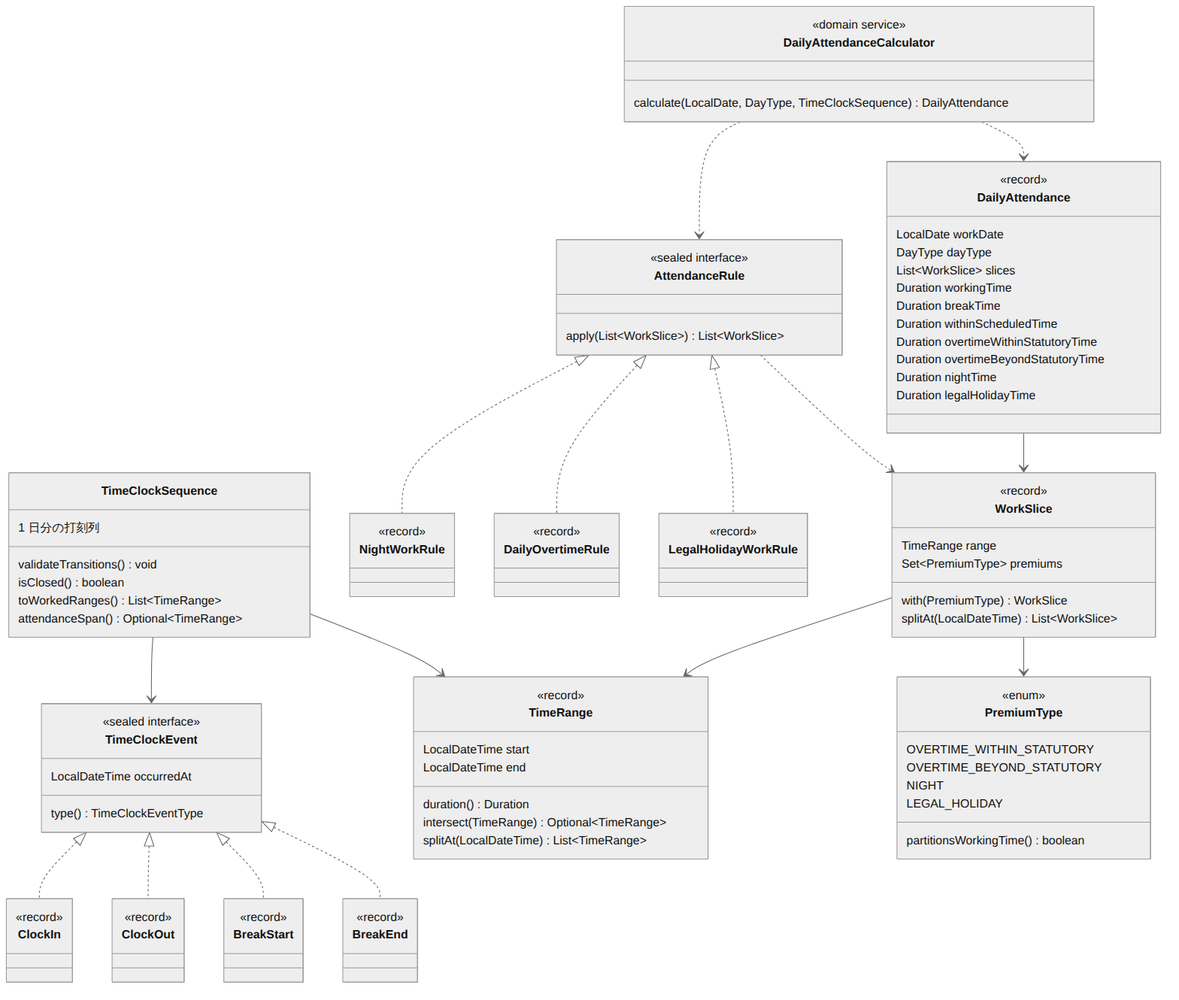
This is doc/02_詳細設計/03_勤怠_打刻と日次集計/images/ドメインモデル.png from masaki-i02/newJavaProject, a Mermaid export, as it was before one commit. Its source is kept beside it as doc/02_詳細設計/03_勤怠_打刻と日次集計/diagrams/ドメインモデル.mmd.
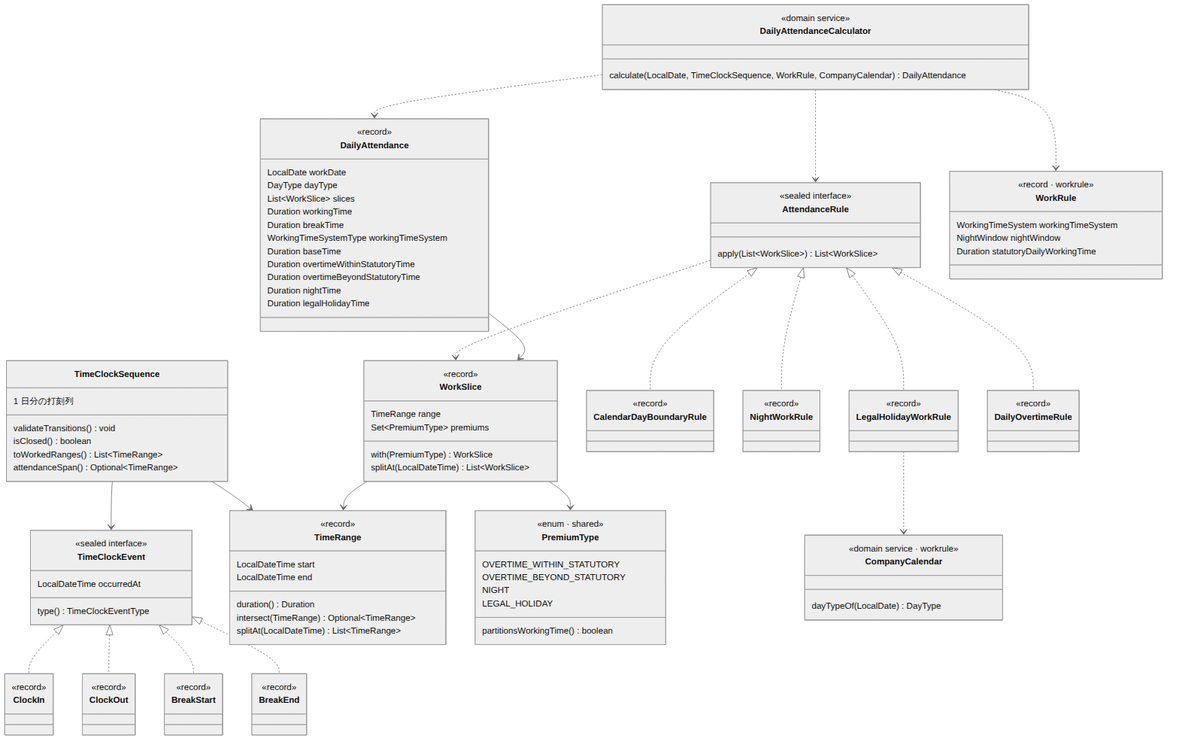
Above is the later version.

Change to the diagram source:
```diff
@@ -34,7 +34,7 @@
         splitAt(LocalDateTime) List~WorkSlice~
     }
     class PremiumType {
-        <<enum>>
+        <<enum · shared>>
         OVERTIME_WITHIN_STATUTORY
         OVERTIME_BEYOND_STATUTORY
         NIGHT
@@ -45,9 +45,10 @@
         <<sealed interface>>
         apply(List~WorkSlice~) List~WorkSlice~
     }
+    class CalendarDayBoundaryRule { <<record>> }
     class NightWorkRule { <<record>> }
+    class LegalHolidayWorkRule { <<record>> }
     class DailyOvertimeRule { <<record>> }
-    class LegalHolidayWorkRule { <<record>> }
     class DailyAttendance {
         <<record>>
         LocalDate workDate
@@ -55,7 +56,8 @@
         List~WorkSlice~ slices
         Duration workingTime
         Duration breakTime
-        Duration withinScheduledTime
+        WorkingTimeSystemType workingTimeSystem
+        Duration baseTime
         Duration overtimeWithinStatutoryTime
         Duration overtimeBeyondStatutoryTime
         Duration nightTime
@@ -63,7 +65,17 @@
     }
     class DailyAttendanceCalculator {
         <<domain service>>
-        calculate(LocalDate, DayType, TimeClockSequence) DailyAttendance
+        calculate(LocalDate, TimeClockSequence, WorkRule, CompanyCalendar) DailyAttendance
+    }
+    class WorkRule {
+        <<record · workrule>>
+        WorkingTimeSystem workingTimeSystem
+        NightWindow nightWindow
+        Duration statutoryDailyWorkingTime
+    }
+    class CompanyCalendar {
+        <<domain service · workrule>>
+        dayTypeOf(LocalDate) DayType
     }
 
     TimeClockEvent <|.. ClockIn
@@ -74,10 +86,13 @@
     TimeClockSequence --> TimeRange
     WorkSlice --> TimeRange
     WorkSlice --> PremiumType
+    AttendanceRule <|.. CalendarDayBoundaryRule
     AttendanceRule <|.. NightWorkRule
+    AttendanceRule <|.. LegalHolidayWorkRule
     AttendanceRule <|.. DailyOvertimeRule
-    AttendanceRule <|.. LegalHolidayWorkRule
+    LegalHolidayWorkRule ..> CompanyCalendar
     AttendanceRule ..> WorkSlice
     DailyAttendance --> WorkSlice
     DailyAttendanceCalculator ..> AttendanceRule
     DailyAttendanceCalculator ..> DailyAttendance
+    DailyAttendanceCalculator ..> WorkRule
```
